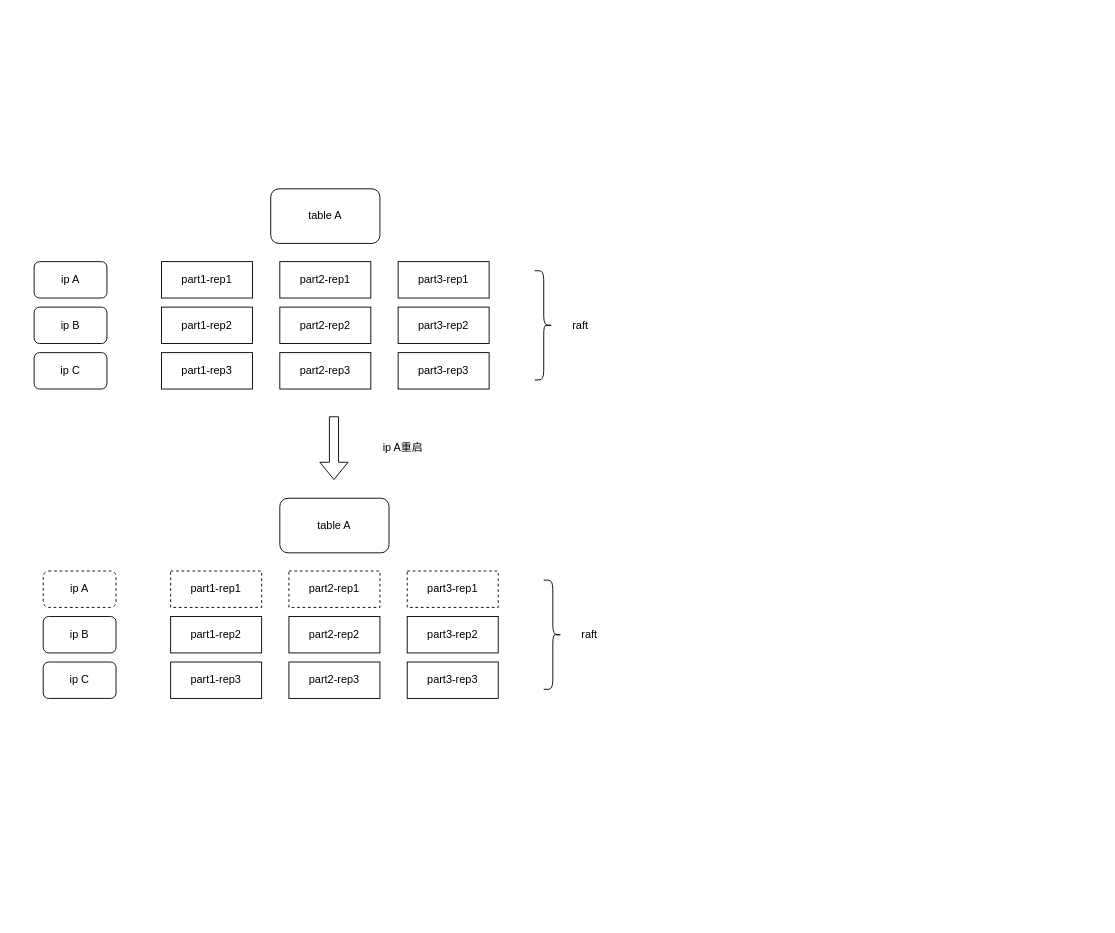
The draw.io diagram tutu/vearch.drawio in hpsdy/diagram, before the edit. Source tidied: cells renumbered, new cells numbered last; positions are measured from the earlier drawing's top-left corner, leaving out a move shared by most shapes. Both pictures are drawn from the tidied source at 91%, with x=0, y=0 at pixel (34, 188).
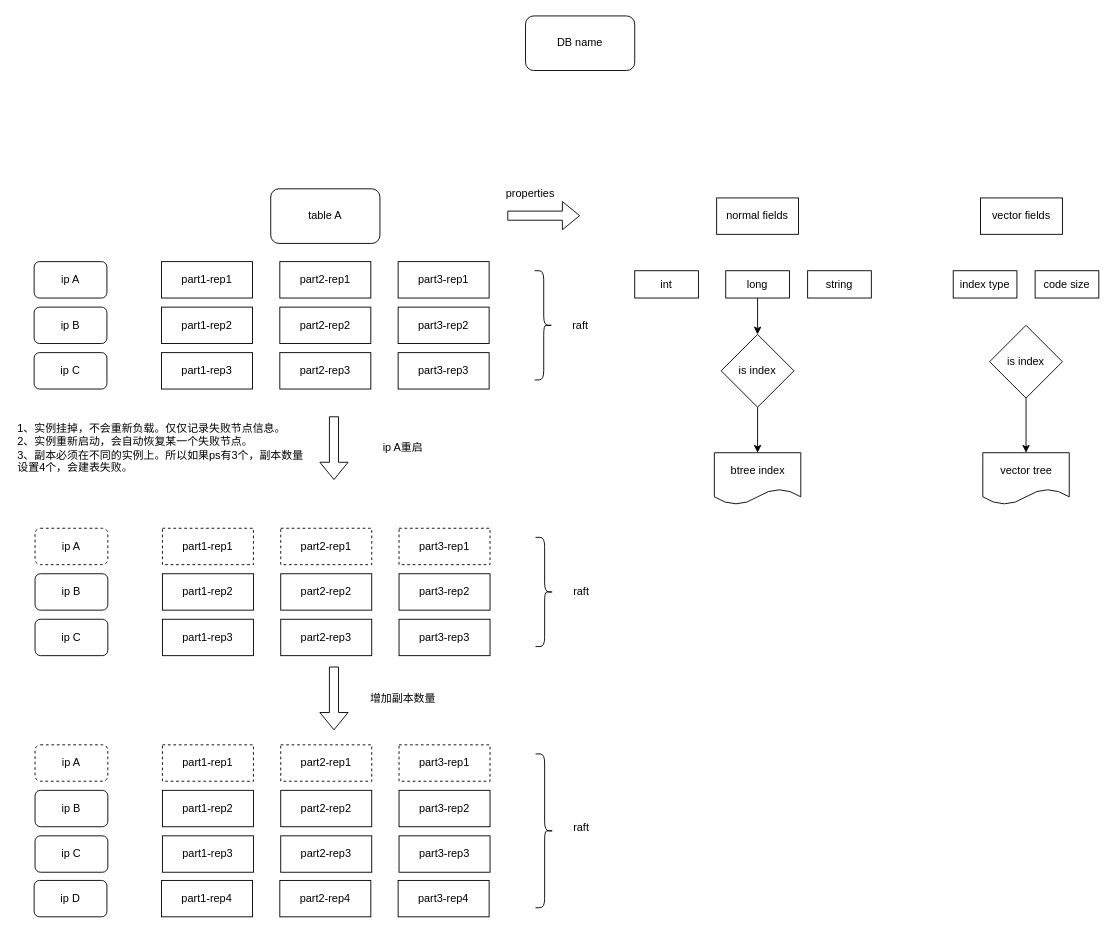
After the change.

Change to the diagram source:
```diff
@@
-    <mxCell id="17" value="table A" style="rounded=1;whiteSpace=wrap;html=1;" parent="1" vertex="1">
-      <mxGeometry x="270" y="340" width="120" height="60" as="geometry" />
-    </mxCell>
     <mxCell id="18" value="part1-rep1" style="rounded=0;whiteSpace=wrap;html=1;dashed=1;" parent="1" vertex="1">
-      <mxGeometry x="150" y="420" width="100" height="40" as="geometry" />
+      <mxGeometry x="141" y="373" width="100" height="40" as="geometry" />
     </mxCell>
     <mxCell id="19" value="part1-rep2" style="rounded=0;whiteSpace=wrap;html=1;" parent="1" vertex="1">
-      <mxGeometry x="150" y="470" width="100" height="40" as="geometry" />
+      <mxGeometry x="141" y="423" width="100" height="40" as="geometry" />
     </mxCell>
     <mxCell id="20" value="part1-rep3" style="rounded=0;whiteSpace=wrap;html=1;" parent="1" vertex="1">
-      <mxGeometry x="150" y="520" width="100" height="40" as="geometry" />
+      <mxGeometry x="141" y="473" width="100" height="40" as="geometry" />
     </mxCell>
     <mxCell id="21" value="part2-rep1" style="rounded=0;whiteSpace=wrap;html=1;dashed=1;" parent="1" vertex="1">
-      <mxGeometry x="280" y="420" width="100" height="40" as="geometry" />
+      <mxGeometry x="271" y="373" width="100" height="40" as="geometry" />
     </mxCell>
     <mxCell id="22" value="part2-rep2" style="rounded=0;whiteSpace=wrap;html=1;" parent="1" vertex="1">
-      <mxGeometry x="280" y="470" width="100" height="40" as="geometry" />
+      <mxGeometry x="271" y="423" width="100" height="40" as="geometry" />
     </mxCell>
     <mxCell id="23" value="part2-rep3" style="rounded=0;whiteSpace=wrap;html=1;" parent="1" vertex="1">
-      <mxGeometry x="280" y="520" width="100" height="40" as="geometry" />
+      <mxGeometry x="271" y="473" width="100" height="40" as="geometry" />
     </mxCell>
     <mxCell id="24" value="part3-rep1" style="rounded=0;whiteSpace=wrap;html=1;dashed=1;" parent="1" vertex="1">
-      <mxGeometry x="410" y="420" width="100" height="40" as="geometry" />
+      <mxGeometry x="401" y="373" width="100" height="40" as="geometry" />
     </mxCell>
     <mxCell id="25" value="part3-rep2" style="rounded=0;whiteSpace=wrap;html=1;" parent="1" vertex="1">
-      <mxGeometry x="410" y="470" width="100" height="40" as="geometry" />
+      <mxGeometry x="401" y="423" width="100" height="40" as="geometry" />
     </mxCell>
     <mxCell id="26" value="part3-rep3" style="rounded=0;whiteSpace=wrap;html=1;" parent="1" vertex="1">
-      <mxGeometry x="410" y="520" width="100" height="40" as="geometry" />
+      <mxGeometry x="401" y="473" width="100" height="40" as="geometry" />
     </mxCell>
     <mxCell id="27" style="shape=curlyBracket;whiteSpace=wrap;html=1;rounded=1;flipH=1;" parent="1" vertex="1">
-      <mxGeometry x="560" y="430" width="20" height="120" as="geometry" />
+      <mxGeometry x="551" y="383" width="20" height="120" as="geometry" />
     </mxCell>
     <mxCell id="28" value="raft" style="text;html=1;align=center;verticalAlign=middle;fillColor=none;strokeColor=none;rounded=0;" parent="1" vertex="1">
-      <mxGeometry x="590" y="475" width="40" height="30" as="geometry" />
+      <mxGeometry x="581" y="428" width="40" height="30" as="geometry" />
     </mxCell>
     <mxCell id="29" value="ip A" style="rounded=1;whiteSpace=wrap;html=1;dashed=1;" parent="1" vertex="1">
-      <mxGeometry x="10" y="420" width="80" height="40" as="geometry" />
+      <mxGeometry x="1" y="373" width="80" height="40" as="geometry" />
     </mxCell>
     <mxCell id="30" value="ip B" style="rounded=1;whiteSpace=wrap;html=1;" parent="1" vertex="1">
-      <mxGeometry x="10" y="470" width="80" height="40" as="geometry" />
+      <mxGeometry x="1" y="423" width="80" height="40" as="geometry" />
     </mxCell>
     <mxCell id="31" value="ip C" style="rounded=1;whiteSpace=wrap;html=1;" parent="1" vertex="1">
-      <mxGeometry x="10" y="520" width="80" height="40" as="geometry" />
+      <mxGeometry x="1" y="473" width="80" height="40" as="geometry" />
     </mxCell>
@@
+    <mxCell id="34" value="DB name" style="rounded=1;whiteSpace=wrap;html=1;" parent="1" vertex="1">
+      <mxGeometry x="540" y="-190" width="120" height="60" as="geometry" />
+    </mxCell>
+    <mxCell id="35" value="1、实例挂掉，不会重新负载。仅仅记录失败节点信息。&lt;br&gt;&lt;div style=&quot;&quot;&gt;&lt;span style=&quot;background-color: initial;&quot;&gt;2、实例重新启动，会自动恢复某一个失败节点。&lt;/span&gt;&lt;/div&gt;&lt;div style=&quot;&quot;&gt;&lt;span style=&quot;background-color: initial;&quot;&gt;3、副本必须在不同的实例上。所以如果ps有3个，&lt;/span&gt;&lt;span style=&quot;background-color: initial;&quot;&gt;副本数量&lt;/span&gt;&lt;/div&gt;&lt;div style=&quot;&quot;&gt;&lt;span style=&quot;background-color: initial;&quot;&gt;设置4个，会建表失败。&lt;/span&gt;&lt;/div&gt;" style="text;html=1;align=left;verticalAlign=middle;fillColor=none;strokeColor=none;rounded=0;dashed=1;" parent="1" vertex="1">
+      <mxGeometry x="-20" y="250" width="340" height="70" as="geometry" />
+    </mxCell>
+    <mxCell id="36" value="part1-rep1" style="rounded=0;whiteSpace=wrap;html=1;dashed=1;" parent="1" vertex="1">
+      <mxGeometry x="141" y="611" width="100" height="40" as="geometry" />
+    </mxCell>
+    <mxCell id="37" value="part1-rep2" style="rounded=0;whiteSpace=wrap;html=1;" parent="1" vertex="1">
+      <mxGeometry x="141" y="661" width="100" height="40" as="geometry" />
+    </mxCell>
+    <mxCell id="38" value="part1-rep3" style="rounded=0;whiteSpace=wrap;html=1;" parent="1" vertex="1">
+      <mxGeometry x="141" y="711" width="100" height="40" as="geometry" />
+    </mxCell>
+    <mxCell id="39" value="part2-rep1" style="rounded=0;whiteSpace=wrap;html=1;dashed=1;" parent="1" vertex="1">
+      <mxGeometry x="271" y="611" width="100" height="40" as="geometry" />
+    </mxCell>
+    <mxCell id="40" value="part2-rep2" style="rounded=0;whiteSpace=wrap;html=1;" parent="1" vertex="1">
+      <mxGeometry x="271" y="661" width="100" height="40" as="geometry" />
+    </mxCell>
+    <mxCell id="41" value="part2-rep3" style="rounded=0;whiteSpace=wrap;html=1;" parent="1" vertex="1">
+      <mxGeometry x="271" y="711" width="100" height="40" as="geometry" />
+    </mxCell>
+    <mxCell id="42" value="part3-rep1" style="rounded=0;whiteSpace=wrap;html=1;dashed=1;" parent="1" vertex="1">
+      <mxGeometry x="401" y="611" width="100" height="40" as="geometry" />
+    </mxCell>
+    <mxCell id="43" value="part3-rep2" style="rounded=0;whiteSpace=wrap;html=1;" parent="1" vertex="1">
+      <mxGeometry x="401" y="661" width="100" height="40" as="geometry" />
+    </mxCell>
+    <mxCell id="44" value="part3-rep3" style="rounded=0;whiteSpace=wrap;html=1;" parent="1" vertex="1">
+      <mxGeometry x="401" y="711" width="100" height="40" as="geometry" />
+    </mxCell>
+    <mxCell id="45" style="shape=curlyBracket;whiteSpace=wrap;html=1;rounded=1;flipH=1;" parent="1" vertex="1">
+      <mxGeometry x="551" y="621" width="20" height="169" as="geometry" />
+    </mxCell>
+    <mxCell id="46" value="raft" style="text;html=1;align=center;verticalAlign=middle;fillColor=none;strokeColor=none;rounded=0;" parent="1" vertex="1">
+      <mxGeometry x="581" y="687" width="40" height="30" as="geometry" />
+    </mxCell>
+    <mxCell id="47" value="ip A" style="rounded=1;whiteSpace=wrap;html=1;dashed=1;" parent="1" vertex="1">
+      <mxGeometry x="1" y="611" width="80" height="40" as="geometry" />
+    </mxCell>
+    <mxCell id="48" value="ip B" style="rounded=1;whiteSpace=wrap;html=1;" parent="1" vertex="1">
+      <mxGeometry x="1" y="661" width="80" height="40" as="geometry" />
+    </mxCell>
+    <mxCell id="49" value="ip C" style="rounded=1;whiteSpace=wrap;html=1;" parent="1" vertex="1">
+      <mxGeometry x="1" y="711" width="80" height="40" as="geometry" />
+    </mxCell>
+    <mxCell id="50" style="shape=flexArrow;endArrow=classic;html=1;rounded=0;" parent="1" edge="1">
+      <mxGeometry relative="1" as="geometry">
+        <mxPoint x="329.5" y="525" as="sourcePoint" />
+        <mxPoint x="329.5" y="595" as="targetPoint" />
+      </mxGeometry>
+    </mxCell>
+    <mxCell id="51" value="增加副本数量" style="text;html=1;align=center;verticalAlign=middle;fillColor=none;strokeColor=none;rounded=0;dashed=1;" parent="1" vertex="1">
+      <mxGeometry x="355" y="545" width="100" height="30" as="geometry" />
+    </mxCell>
+    <mxCell id="52" value="part1-rep4" style="rounded=0;whiteSpace=wrap;html=1;" parent="1" vertex="1">
+      <mxGeometry x="140" y="760" width="100" height="40" as="geometry" />
+    </mxCell>
+    <mxCell id="53" value="part2-rep4" style="rounded=0;whiteSpace=wrap;html=1;" parent="1" vertex="1">
+      <mxGeometry x="270" y="760" width="100" height="40" as="geometry" />
+    </mxCell>
+    <mxCell id="54" value="part3-rep4" style="rounded=0;whiteSpace=wrap;html=1;" parent="1" vertex="1">
+      <mxGeometry x="400" y="760" width="100" height="40" as="geometry" />
+    </mxCell>
+    <mxCell id="55" value="ip D" style="rounded=1;whiteSpace=wrap;html=1;" parent="1" vertex="1">
+      <mxGeometry y="760" width="80" height="40" as="geometry" />
+    </mxCell>
+    <mxCell id="56" value="normal fields" style="rounded=0;whiteSpace=wrap;html=1;" parent="1" vertex="1">
+      <mxGeometry x="750" y="10" width="90" height="40" as="geometry" />
+    </mxCell>
+    <mxCell id="57" style="shape=flexArrow;endArrow=classic;html=1;rounded=0;" parent="1" edge="1">
+      <mxGeometry relative="1" as="geometry">
+        <mxPoint x="520" y="29.5" as="sourcePoint" />
+        <mxPoint x="600" y="29.5" as="targetPoint" />
+      </mxGeometry>
+    </mxCell>
+    <mxCell id="58" value="properties" style="text;html=1;align=center;verticalAlign=middle;fillColor=none;strokeColor=none;rounded=0;dashed=1;" parent="1" vertex="1">
+      <mxGeometry x="505" y="-10" width="80" height="30" as="geometry" />
+    </mxCell>
+    <mxCell id="59" value="vector fields" style="rounded=0;whiteSpace=wrap;html=1;" parent="1" vertex="1">
+      <mxGeometry x="1040" y="10" width="90" height="40" as="geometry" />
+    </mxCell>
+    <mxCell id="60" value="int" style="rounded=0;whiteSpace=wrap;html=1;" parent="1" vertex="1">
+      <mxGeometry x="660" y="90" width="70" height="30" as="geometry" />
+    </mxCell>
+    <mxCell id="61" style="edgeStyle=orthogonalEdgeStyle;rounded=0;jettySize=auto;html=1;exitX=0.5;exitY=1;exitDx=0;exitDy=0;entryX=0.5;entryY=0;entryDx=0;entryDy=0;" parent="1" edge="1" source="62" target="67">
+      <mxGeometry relative="1" as="geometry" />
+    </mxCell>
+    <mxCell id="62" value="long" style="rounded=0;whiteSpace=wrap;html=1;" parent="1" vertex="1">
+      <mxGeometry x="760" y="90" width="70" height="30" as="geometry" />
+    </mxCell>
+    <mxCell id="63" value="string" style="rounded=0;whiteSpace=wrap;html=1;" parent="1" vertex="1">
+      <mxGeometry x="850" y="90" width="70" height="30" as="geometry" />
+    </mxCell>
+    <mxCell id="64" value="index type" style="rounded=0;whiteSpace=wrap;html=1;" parent="1" vertex="1">
+      <mxGeometry x="1010" y="90" width="70" height="30" as="geometry" />
+    </mxCell>
+    <mxCell id="65" value="code size" style="rounded=0;whiteSpace=wrap;html=1;" parent="1" vertex="1">
+      <mxGeometry x="1100" y="90" width="70" height="30" as="geometry" />
+    </mxCell>
+    <mxCell id="66" style="edgeStyle=orthogonalEdgeStyle;rounded=0;jettySize=auto;html=1;exitX=0.5;exitY=1;exitDx=0;exitDy=0;" parent="1" edge="1" source="67" target="68">
+      <mxGeometry relative="1" as="geometry" />
+    </mxCell>
+    <mxCell id="67" value="is index" style="rhombus;whiteSpace=wrap;html=1;" parent="1" vertex="1">
+      <mxGeometry x="755" y="160" width="80" height="80" as="geometry" />
+    </mxCell>
+    <mxCell id="68" value="btree index" style="shape=document;whiteSpace=wrap;html=1;boundedLbl=1;" parent="1" vertex="1">
+      <mxGeometry x="747.5" y="290" width="95" height="57" as="geometry" />
+    </mxCell>
+    <mxCell id="69" style="edgeStyle=orthogonalEdgeStyle;rounded=0;jettySize=auto;html=1;exitX=0.5;exitY=1;exitDx=0;exitDy=0;" parent="1" edge="1" source="70" target="71">
+      <mxGeometry relative="1" as="geometry" />
+    </mxCell>
+    <mxCell id="70" value="is index" style="rhombus;whiteSpace=wrap;html=1;" parent="1" vertex="1">
+      <mxGeometry x="1050" y="150" width="80" height="80" as="geometry" />
+    </mxCell>
+    <mxCell id="71" value="vector tree" style="shape=document;whiteSpace=wrap;html=1;boundedLbl=1;" parent="1" vertex="1">
+      <mxGeometry x="1042.5" y="290" width="95" height="57" as="geometry" />
+    </mxCell>
```
